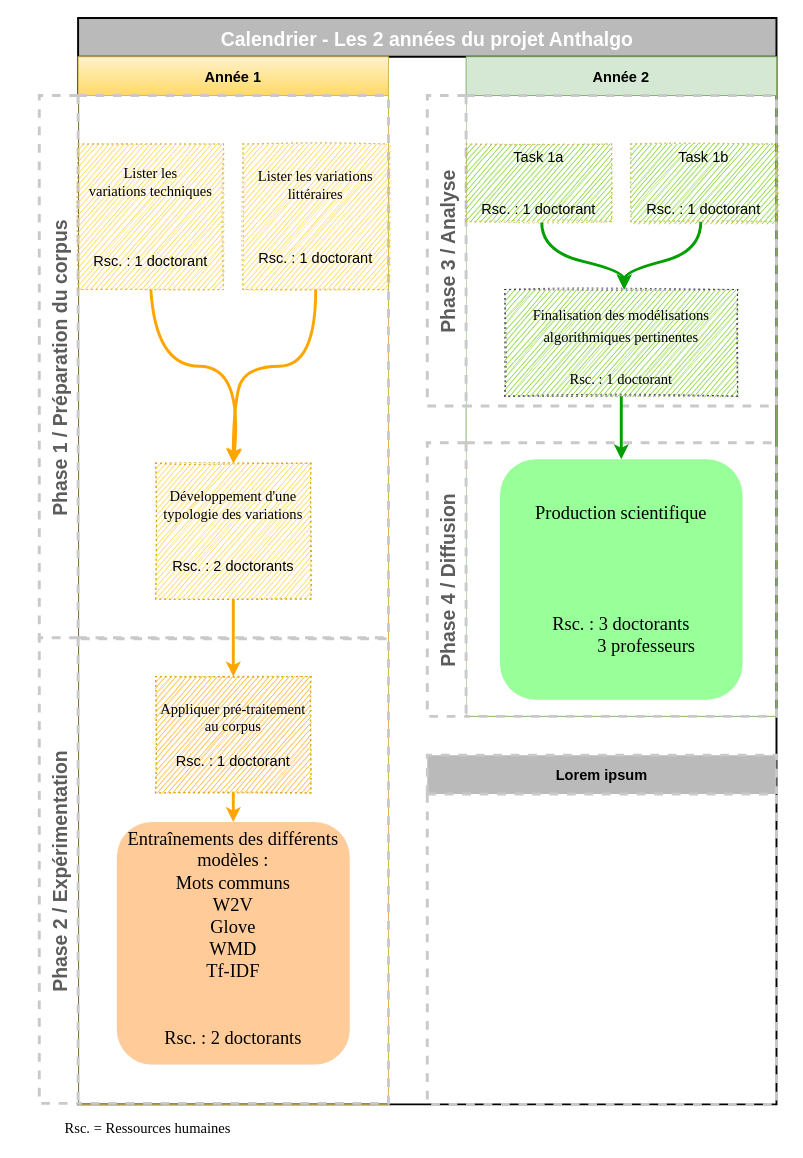
RochDLY/drawAAP keeps this draw.io diagram as Untitled Diagram.drawio. Above is the earlier version. Source tidied: cells renumbered, new cells numbered last; positions are measured from the earlier drawing's top-left corner, leaving out a move shared by most shapes. Both pictures are drawn from the tidied source at 97%, with x=0, y=0 at pixel (16, 17).
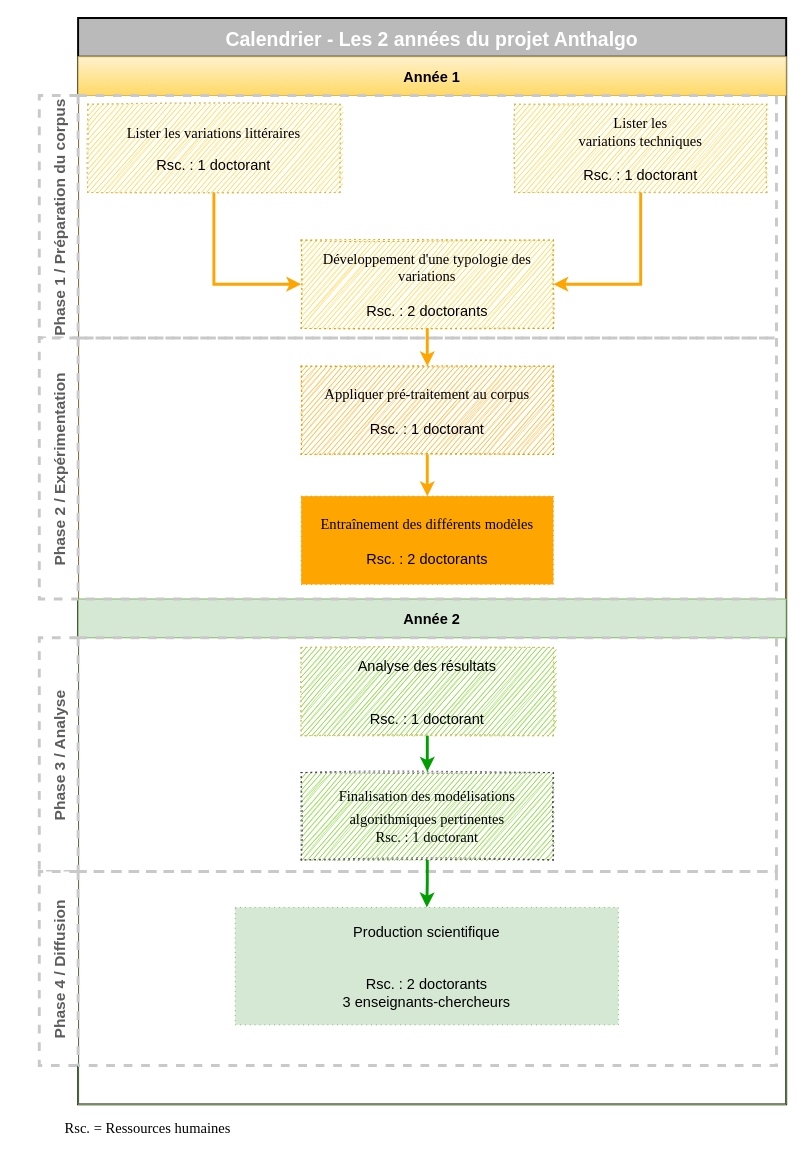
The same page after the edit.

What changed in the source:
```diff
@@
     <mxCell id="2" value="Calendrier - Les 2 années du projet Anthalgo" style="swimlane;startSize=40;fillColor=#BABABA;strokeColor=#030303;fontSize=20;gradientColor=none;strokeWidth=2;fontColor=#FFFFFF;" parent="1" vertex="1">
-      <mxGeometry x="63" width="720" height="1120" as="geometry" />
+      <mxGeometry x="63" width="730" height="1120" as="geometry" />
     </mxCell>
     <mxCell id="3" value="Année 1" style="swimlane;startSize=40;fillColor=#fff2cc;strokeColor=#d6b656;fontSize=15;gradientColor=#ffd966;" parent="2" vertex="1">
-      <mxGeometry y="40" width="320" height="1080" as="geometry" />
+      <mxGeometry y="40" width="730" height="560" as="geometry" />
     </mxCell>
-    <mxCell id="4" value="Phase 1 / Préparation du corpus" style="swimlane;horizontal=0;dashed=1;startSize=40;fontSize=20;strokeWidth=3;strokeColor=#C9C9C9;fontColor=#5C5C5C;" parent="3" vertex="1">
-      <mxGeometry x="-40" y="40" width="360" height="560" as="geometry" />
+    <mxCell id="4" value="Phase 1 / Préparation du corpus" style="swimlane;horizontal=0;dashed=1;startSize=40;fontSize=16;strokeWidth=3;strokeColor=#C9C9C9;fontColor=#5C5C5C;" parent="3" vertex="1">
+      <mxGeometry x="-40" y="40" width="760" height="250" as="geometry" />
     </mxCell>
+    <mxCell id="8" style="edgeStyle=orthogonalEdgeStyle;rounded=0;jettySize=auto;html=1;fontFamily=Garamond;fontSize=17;fontColor=#000000;endSize=6;strokeColor=#FFA500;strokeWidth=3;entryX=1;entryY=0.5;entryDx=0;entryDy=0;" parent="4" edge="1" source="5" target="6">
+      <mxGeometry relative="1" as="geometry" />
+    </mxCell>
-    <mxCell id="5" value="&lt;div align=&quot;center&quot;&gt;&lt;font face=&quot;Garamond&quot;&gt;Lister les&lt;br&gt;&lt;/font&gt;&lt;/div&gt;&lt;div align=&quot;center&quot;&gt;&lt;font face=&quot;Garamond&quot;&gt;variations techniques&lt;/font&gt;&lt;/div&gt;&lt;div&gt;&lt;br&gt;&lt;/div&gt;&lt;div&gt;&lt;br&gt;&lt;/div&gt;&lt;div&gt;&lt;br&gt;&lt;/div&gt;&lt;div&gt;Rsc. : 1 doctorant&lt;br&gt;&lt;/div&gt;" style="rounded=0;whiteSpace=wrap;html=1;dashed=1;fontSize=15;fillColor=#FFCD28;strokeColor=#d6b656;dashPattern=1 4;gradientColor=none;align=center;shadow=0;glass=0;sketch=1;" parent="4" vertex="1">
-      <mxGeometry x="40" y="50" width="150" height="150" as="geometry" />
+    <mxCell id="5" value="&lt;div align=&quot;center&quot;&gt;&lt;font face=&quot;Garamond&quot;&gt;Lister les&lt;br&gt;&lt;/font&gt;&lt;/div&gt;&lt;div align=&quot;center&quot;&gt;&lt;font face=&quot;Garamond&quot;&gt;variations techniques&lt;/font&gt;&lt;/div&gt;&lt;div&gt;&lt;br&gt;&lt;/div&gt;&lt;div&gt;Rsc. : 1 doctorant&lt;br&gt;&lt;/div&gt;" style="rounded=0;whiteSpace=wrap;html=1;dashed=1;fontSize=15;fillColor=#FFCD28;strokeColor=#d6b656;dashPattern=1 4;gradientColor=none;align=center;shadow=0;glass=0;sketch=1;" parent="4" vertex="1">
+      <mxGeometry x="490" y="9" width="260" height="91" as="geometry" />
     </mxCell>
+    <mxCell id="30" style="edgeStyle=orthogonalEdgeStyle;rounded=0;orthogonalLoop=1;jettySize=auto;html=1;fontFamily=Garamond;fontSize=17;fontColor=#000000;endSize=6;strokeColor=#FFA500;strokeWidth=3;startArrow=none;" parent="4" edge="1">
+      <mxGeometry relative="1" as="geometry">
+        <mxPoint x="380" y="139" as="sourcePoint" />
+        <mxPoint x="380" y="139" as="targetPoint" />
+      </mxGeometry>
+    </mxCell>
+    <mxCell id="9" style="edgeStyle=orthogonalEdgeStyle;rounded=0;jettySize=auto;html=1;fontFamily=Garamond;fontSize=17;fontColor=#000000;endSize=6;strokeColor=#FFA500;strokeWidth=3;entryX=0;entryY=0.5;entryDx=0;entryDy=0;" parent="4" edge="1" source="7" target="6">
+      <mxGeometry relative="1" as="geometry" />
+    </mxCell>
+    <mxCell id="7" value="&lt;div align=&quot;center&quot;&gt;&lt;p&gt;&lt;font face=&quot;Garamond&quot;&gt;Lister les variations littéraires&lt;/font&gt;&lt;/p&gt;&lt;p&gt;Rsc. : 1 doctorant&lt;/p&gt;&lt;/div&gt;" style="rounded=0;whiteSpace=wrap;html=1;dashed=1;fontSize=15;fillColor=#FFCD28;strokeColor=#d6b656;dashPattern=1 4;gradientColor=none;align=center;sketch=1;" parent="4" vertex="1">
+      <mxGeometry x="50" y="9" width="260" height="91" as="geometry" />
+    </mxCell>
-    <mxCell id="6" value="&lt;div&gt;&lt;font face=&quot;Garamond&quot;&gt;Développement d'une typologie des variations&lt;/font&gt;&lt;/div&gt;&lt;div&gt;&lt;br&gt;&lt;/div&gt;&lt;div&gt;&lt;br&gt;&lt;/div&gt;&lt;div&gt;Rsc. : 2 doctorants&lt;/div&gt;" style="rounded=0;whiteSpace=wrap;html=1;dashed=1;fontSize=15;dashPattern=1 4;fillColor=#FFCD28;strokeColor=#d79b00;gradientColor=none;sketch=1;" parent="4" vertex="1">
-      <mxGeometry x="120" y="379" width="160" height="140" as="geometry" />
+    <mxCell id="6" value="&lt;div&gt;&lt;font face=&quot;Garamond&quot;&gt;Développement d'une typologie des variations&lt;/font&gt;&lt;/div&gt;&lt;div&gt;&lt;br&gt;&lt;/div&gt;&lt;div&gt;Rsc. : 2 doctorants&lt;/div&gt;" style="rounded=0;whiteSpace=wrap;html=1;dashed=1;fontSize=15;dashPattern=1 4;fillColor=#FFCD28;strokeColor=#d79b00;gradientColor=none;sketch=1;" parent="4" vertex="1">
+      <mxGeometry x="270" y="149" width="260" height="91" as="geometry" />
     </mxCell>
-    <mxCell id="7" value="&lt;div align=&quot;center&quot;&gt;&lt;p&gt;&lt;font face=&quot;Garamond&quot;&gt;Lister les variations littéraires&lt;/font&gt;&lt;/p&gt;&lt;p&gt;&lt;font face=&quot;Garamond&quot;&gt;&lt;br&gt;&lt;/font&gt;&lt;/p&gt;&lt;p&gt;Rsc. : 1 doctorant&lt;/p&gt;&lt;/div&gt;" style="rounded=0;whiteSpace=wrap;html=1;dashed=1;fontSize=15;fillColor=#FFCD28;strokeColor=#d6b656;dashPattern=1 4;gradientColor=none;align=center;sketch=1;" parent="4" vertex="1">
-      <mxGeometry x="210" y="50" width="150" height="150" as="geometry" />
-    </mxCell>
-    <mxCell id="8" style="curved=1;endArrow=classic;html=1;rounded=0;fontSize=15;endSize=6;strokeColor=#FFA500;strokeWidth=3;exitX=0.5;exitY=1;exitDx=0;exitDy=0;entryX=0.5;entryY=0;entryDx=0;entryDy=0;" parent="4" edge="1" source="5" target="6">
-      <mxGeometry relative="1" as="geometry">
-        <Array as="points">
-          <mxPoint x="120" y="279" />
-          <mxPoint x="210" y="279" />
-        </Array>
-      </mxGeometry>
-    </mxCell>
-    <mxCell id="9" style="curved=1;endArrow=classic;html=1;rounded=0;fontSize=15;endSize=6;strokeColor=#FFA500;strokeWidth=3;exitX=0.5;exitY=1;exitDx=0;exitDy=0;entryX=0.5;entryY=0;entryDx=0;entryDy=0;" parent="4" edge="1" source="7" target="6">
-      <mxGeometry relative="1" as="geometry">
-        <Array as="points">
-          <mxPoint x="285" y="279" />
-          <mxPoint x="210" y="279" />
-          <mxPoint x="200" y="329" />
-        </Array>
-      </mxGeometry>
-    </mxCell>
-    <mxCell id="10" value="Année 2" style="swimlane;startSize=40;fillColor=#d5e8d4;strokeColor=#82b366;fontSize=15;" parent="2" vertex="1">
-      <mxGeometry x="400" y="40" width="320" height="680" as="geometry" />
+    <mxCell id="10" value="Année 2" style="swimlane;startSize=40;fillColor=#d5e8d4;strokeColor=#82b366;fontSize=15;" parent="3" vertex="1">
+      <mxGeometry y="559" width="730" height="521" as="geometry" />
     </mxCell>
-    <mxCell id="11" value="Phase 3 / Analyse" style="swimlane;horizontal=0;dashed=1;startSize=40;fontSize=20;strokeColor=#C9C9C9;strokeWidth=3;fontColor=#5C5C5C;" parent="2" vertex="1">
-      <mxGeometry x="360" y="80" width="360" height="320" as="geometry" />
+    <mxCell id="11" value="Phase 3 / Analyse" style="swimlane;horizontal=0;dashed=1;startSize=40;fontSize=16;strokeColor=#C9C9C9;strokeWidth=3;fontColor=#5C5C5C;" parent="3" vertex="1">
+      <mxGeometry x="-40" y="599" width="760" height="241" as="geometry" />
     </mxCell>
-    <mxCell id="12" value="&lt;div&gt;Task 1a&lt;/div&gt;&lt;div&gt;&lt;br&gt;&lt;/div&gt;&lt;div&gt;&lt;br&gt;&lt;/div&gt;Rsc. : 1 doctorant" style="rounded=0;whiteSpace=wrap;html=1;dashed=1;fontSize=15;fillColor=#66CC00;strokeColor=#d6b656;dashPattern=1 4;gradientColor=none;sketch=1;" parent="11" vertex="1">
-      <mxGeometry x="40" y="50" width="150" height="80" as="geometry" />
-    </mxCell>
     <mxCell id="13" style="rounded=0;whiteSpace=wrap;html=1;dashed=1;fontSize=15;dashPattern=1 4;fillColor=#66CC00;strokeColor=#432D57;fontColor=#ffffff;sketch=1;" parent="11" vertex="1">
-      <mxGeometry x="80" y="200" width="240" height="110" as="geometry" />
+      <mxGeometry x="270" y="139" width="260" height="90" as="geometry" />
     </mxCell>
+    <mxCell id="17" value="&lt;div&gt;&lt;font style=&quot;font-size: 15px&quot;&gt;Finalisation des modélisations algorithmiques pertinentes&lt;/font&gt;&lt;/div&gt;&lt;div style=&quot;font-size: 15px&quot;&gt;Rsc. : 1 doctorant&lt;/div&gt;" style="text;html=1;strokeColor=none;fillColor=none;align=center;verticalAlign=middle;whiteSpace=wrap;rounded=0;shadow=0;glass=0;dashed=1;sketch=1;fontFamily=Garamond;fontSize=19;fontColor=#000000;" parent="11" vertex="1">
+      <mxGeometry x="280" y="138" width="240" height="90" as="geometry" />
+    </mxCell>
-    <mxCell id="14" value="&lt;div&gt;Task 1b&lt;/div&gt;&lt;div&gt;&lt;br&gt;&lt;/div&gt;&lt;div&gt;&lt;br&gt;&lt;/div&gt;Rsc. : 1 doctorant" style="rounded=0;whiteSpace=wrap;html=1;dashed=1;fontSize=15;fillColor=#66CC00;strokeColor=#d6b656;dashPattern=1 4;gradientColor=none;sketch=1;" parent="11" vertex="1">
-      <mxGeometry x="210" y="50" width="150" height="80" as="geometry" />
+    <mxCell id="14" value="&lt;div&gt;Analyse des résultats&lt;br&gt;&lt;/div&gt;&lt;div&gt;&lt;br&gt;&lt;/div&gt;&lt;div&gt;&lt;br&gt;&lt;/div&gt;Rsc. : 1 doctorant" style="rounded=0;whiteSpace=wrap;html=1;dashed=1;fontSize=15;fillColor=#66CC00;strokeColor=#d6b656;dashPattern=1 4;gradientColor=none;sketch=1;" parent="11" vertex="1">
+      <mxGeometry x="270" y="10" width="260" height="91" as="geometry" />
     </mxCell>
-    <mxCell id="15" style="curved=1;endArrow=classic;html=1;rounded=0;fontSize=15;endSize=6;strokeColor=#009E00;strokeWidth=3;exitX=0.46;exitY=0.989;exitDx=0;exitDy=0;exitPerimeter=0;" parent="11" edge="1">
-      <mxGeometry relative="1" as="geometry">
-        <mxPoint x="282" y="130" as="sourcePoint" />
-        <mxPoint x="203" y="200" as="targetPoint" />
-        <Array as="points">
-          <mxPoint x="282" y="161" />
-          <mxPoint x="203" y="181" />
-        </Array>
-      </mxGeometry>
-    </mxCell>
-    <mxCell id="16" style="curved=1;endArrow=classic;html=1;rounded=0;fontSize=15;endSize=6;strokeColor=#009E00;strokeWidth=3;exitX=0.5;exitY=1;exitDx=0;exitDy=0;" parent="11" edge="1">
-      <mxGeometry relative="1" as="geometry">
-        <mxPoint x="118" y="131" as="sourcePoint" />
-        <mxPoint x="203" y="200" as="targetPoint" />
-        <Array as="points">
-          <mxPoint x="118" y="161" />
-          <mxPoint x="203" y="181" />
-        </Array>
-      </mxGeometry>
-    </mxCell>
-    <mxCell id="17" value="&lt;div&gt;&lt;font style=&quot;font-size: 15px&quot;&gt;Finalisation des modélisations algorithmiques pertinentes&lt;/font&gt;&lt;/div&gt;&lt;div&gt;&lt;font style=&quot;font-size: 15px&quot;&gt;&lt;br&gt;&lt;/font&gt;&lt;/div&gt;&lt;div style=&quot;font-size: 15px&quot;&gt;Rsc. : 1 doctorant&lt;/div&gt;" style="text;html=1;strokeColor=none;fillColor=none;align=center;verticalAlign=middle;whiteSpace=wrap;rounded=0;shadow=0;glass=0;dashed=1;sketch=1;fontFamily=Garamond;fontSize=19;fontColor=#000000;" parent="11" vertex="1">
-      <mxGeometry x="80" y="205" width="240" height="105" as="geometry" />
-    </mxCell>
+    <mxCell id="31" style="edgeStyle=orthogonalEdgeStyle;rounded=0;jettySize=auto;html=1;fontFamily=Garamond;fontSize=20;fontColor=#FFFFFF;endSize=6;strokeColor=#009E00;strokeWidth=3;exitX=0.5;exitY=1;exitDx=0;exitDy=0;entryX=0.5;entryY=0;entryDx=0;entryDy=0;" parent="11" edge="1" source="14" target="17">
+      <mxGeometry relative="1" as="geometry" />
+    </mxCell>
-    <mxCell id="18" value="Phase 4 / Diffusion" style="swimlane;horizontal=0;dashed=1;startSize=40;fontSize=20;strokeWidth=3;strokeColor=#C9C9C9;fontColor=#5C5C5C;" parent="2" vertex="1">
-      <mxGeometry x="360" y="438" width="360" height="282" as="geometry" />
+    <mxCell id="18" value="Phase 4 / Diffusion" style="swimlane;horizontal=0;dashed=1;startSize=40;fontSize=16;strokeWidth=3;strokeColor=#C9C9C9;fontColor=#5C5C5C;" parent="3" vertex="1">
+      <mxGeometry x="-40" y="840" width="760" height="200" as="geometry" />
     </mxCell>
-    <mxCell id="19" style="rounded=1;whiteSpace=wrap;html=1;dashed=1;fontFamily=Garamond;fontSize=20;fontColor=#FFFFFF;strokeColor=#C9C9C9;strokeWidth=0;fillColor=#99FF99;gradientColor=none;sketch=0;" parent="18" vertex="1">
-      <mxGeometry x="75" y="17" width="250" height="248" as="geometry" />
-    </mxCell>
-    <mxCell id="20" value="&lt;div&gt;Production scientifique&lt;/div&gt;&lt;div&gt;&lt;br&gt;&lt;/div&gt;&lt;div&gt;&lt;br&gt;&lt;/div&gt;&lt;div&gt;&lt;br&gt;&lt;/div&gt;&lt;div&gt;&lt;br&gt;&lt;/div&gt;&lt;div&gt;Rsc. : 3 doctorants&lt;/div&gt;&lt;div&gt;&amp;nbsp;&amp;nbsp;&amp;nbsp;&amp;nbsp;&amp;nbsp;&amp;nbsp;&amp;nbsp;&amp;nbsp;&amp;nbsp;&amp;nbsp; 3 professeurs&lt;br&gt;&lt;/div&gt;" style="text;html=1;strokeColor=none;fillColor=none;align=center;verticalAlign=middle;whiteSpace=wrap;rounded=0;shadow=0;glass=0;dashed=1;sketch=1;fontFamily=Garamond;fontSize=19;fontColor=#000000;" parent="18" vertex="1">
-      <mxGeometry x="80" y="21" width="240" height="239" as="geometry" />
-    </mxCell>
-    <mxCell id="21" value="Lorem ipsum" style="swimlane;dashed=1;fontSize=15;fillColor=#BABABA;gradientColor=none;startSize=40;strokeWidth=3;strokeColor=#C9C9C9;" parent="2" vertex="1">
-      <mxGeometry x="360" y="760" width="360" height="360" as="geometry" />
-    </mxCell>
+    <mxCell id="32" value="&lt;div&gt;Production scientifique&lt;/div&gt;&lt;div&gt;&lt;br&gt;&lt;/div&gt;&lt;div&gt;&lt;br&gt;&lt;/div&gt;&lt;div&gt;Rsc. : 2 doctorants&lt;/div&gt;&lt;div&gt;3 enseignants-chercheurs&lt;br&gt;&lt;/div&gt;" style="rounded=0;whiteSpace=wrap;html=1;dashed=1;fontSize=15;dashPattern=1 4;fillColor=#d5e8d4;strokeColor=#82b366;sketch=0;" parent="18" vertex="1">
+      <mxGeometry x="202" y="37" width="395" height="121" as="geometry" />
+    </mxCell>
-    <mxCell id="22" style="edgeStyle=orthogonalEdgeStyle;rounded=0;jettySize=auto;html=1;fontFamily=Garamond;fontSize=20;fontColor=#FFFFFF;endSize=6;strokeColor=#009E00;strokeWidth=3;" parent="2" edge="1" source="13" target="19">
+    <mxCell id="22" style="edgeStyle=orthogonalEdgeStyle;rounded=0;jettySize=auto;html=1;fontFamily=Garamond;fontSize=20;fontColor=#FFFFFF;endSize=6;strokeColor=#009E00;strokeWidth=3;entryX=0.5;entryY=0;entryDx=0;entryDy=0;" parent="3" edge="1" source="13" target="32">
       <mxGeometry relative="1" as="geometry" />
     </mxCell>
+    <mxCell id="29" value="Rsc. = Ressources humaines" style="text;html=1;strokeColor=none;fillColor=none;align=center;verticalAlign=middle;whiteSpace=wrap;rounded=0;shadow=0;glass=0;dashed=1;sketch=1;fontFamily=Garamond;fontSize=15;fontColor=#000000;" parent="1" vertex="1">
+      <mxGeometry y="1129" width="270" height="30" as="geometry" />
+    </mxCell>
-    <mxCell id="23" value="Phase 2 / Expérimentation" style="swimlane;horizontal=0;dashed=1;startSize=40;fontSize=20;strokeWidth=3;strokeColor=#C9C9C9;fontColor=#5C5C5C;" parent="1" vertex="1">
-      <mxGeometry x="23" y="639" width="360" height="480" as="geometry" />
+    <mxCell id="23" value="Phase 2 / Expérimentation" style="swimlane;horizontal=0;dashed=1;startSize=40;fontSize=16;strokeWidth=3;strokeColor=#C9C9C9;fontColor=#5C5C5C;" parent="1" vertex="1">
+      <mxGeometry x="23" y="330" width="760" height="269" as="geometry" />
     </mxCell>
-    <mxCell id="24" style="edgeStyle=orthogonalEdgeStyle;rounded=0;jettySize=auto;html=1;fontSize=15;endSize=6;strokeColor=#FFA500;strokeWidth=3;" parent="23" edge="1" source="25">
-      <mxGeometry relative="1" as="geometry">
-        <mxPoint x="200" y="190" as="targetPoint" />
-      </mxGeometry>
-    </mxCell>
+    <mxCell id="33" style="edgeStyle=orthogonalEdgeStyle;rounded=0;jettySize=auto;html=1;fontFamily=Garamond;fontSize=17;fontColor=#000000;endSize=6;strokeColor=#FFA500;strokeWidth=3;" parent="23" edge="1" source="25" target="34">
+      <mxGeometry relative="1" as="geometry" />
+    </mxCell>
     <mxCell id="25" value="&lt;div&gt;&lt;font face=&quot;Garamond&quot;&gt;Appliquer pré-traitement au corpus&lt;/font&gt;&lt;/div&gt;&lt;div&gt;&lt;br&gt;&lt;/div&gt;&lt;div&gt;Rsc. : 1 doctorant&lt;/div&gt;" style="rounded=0;whiteSpace=wrap;html=1;dashed=1;fontSize=15;dashPattern=1 4;fillColor=#FFA500;strokeColor=#d79b00;gradientColor=none;sketch=1;" parent="23" vertex="1">
-      <mxGeometry x="120" y="40" width="160" height="120" as="geometry" />
+      <mxGeometry x="270" y="29" width="260" height="91" as="geometry" />
     </mxCell>
-    <mxCell id="26" style="rounded=1;whiteSpace=wrap;html=1;dashed=1;fontFamily=Garamond;fontSize=20;fontColor=#FFFFFF;strokeColor=#C9C9C9;strokeWidth=0;fillColor=#FFCC99;gradientColor=none;sketch=0;align=center;" parent="23" vertex="1">
-      <mxGeometry x="80" y="190" width="240" height="250" as="geometry" />
-    </mxCell>
-    <mxCell id="27" value="&lt;div style=&quot;font-size: 19px&quot; align=&quot;center&quot;&gt;&lt;font style=&quot;font-size: 19px&quot;&gt;Entraînements des différents modèles :&lt;/font&gt;&lt;/div&gt;&lt;div style=&quot;font-size: 19px&quot; align=&quot;center&quot;&gt;&lt;font style=&quot;font-size: 19px&quot;&gt;Mots communs&lt;/font&gt;&lt;/div&gt;&lt;div style=&quot;font-size: 19px&quot; align=&quot;center&quot;&gt;&lt;font style=&quot;font-size: 19px&quot;&gt;W2V&lt;/font&gt;&lt;/div&gt;&lt;div style=&quot;font-size: 19px&quot; align=&quot;center&quot;&gt;&lt;font style=&quot;font-size: 19px&quot;&gt;Glove&lt;/font&gt;&lt;/div&gt;&lt;div style=&quot;font-size: 19px&quot; align=&quot;center&quot;&gt;&lt;font style=&quot;font-size: 19px&quot;&gt;WMD&lt;/font&gt;&lt;/div&gt;&lt;div style=&quot;font-size: 19px&quot; align=&quot;center&quot;&gt;&lt;font style=&quot;font-size: 19px&quot;&gt;Tf-IDF&lt;/font&gt;&lt;/div&gt;&lt;div&gt;&lt;br&gt;&lt;/div&gt;&lt;div&gt;&lt;br&gt;&lt;/div&gt;&lt;div&gt;Rsc. : 2 doctorants&lt;/div&gt;" style="text;html=1;strokeColor=none;fillColor=none;align=center;verticalAlign=middle;whiteSpace=wrap;rounded=0;shadow=0;glass=0;dashed=1;sketch=1;fontFamily=Garamond;fontSize=19;fontColor=#000000;" parent="23" vertex="1">
-      <mxGeometry x="90" y="190" width="220" height="240" as="geometry" />
-    </mxCell>
+    <mxCell id="34" value="&lt;div&gt;&lt;font face=&quot;Garamond&quot;&gt;Entraînement des différents modèles&lt;br&gt;&lt;/font&gt;&lt;/div&gt;&lt;div&gt;&lt;br&gt;&lt;/div&gt;&lt;div&gt;Rsc. : 2 doctorants&lt;/div&gt;" style="rounded=0;whiteSpace=wrap;html=1;dashed=1;fontSize=15;dashPattern=1 4;fillColor=#FFA500;strokeColor=#d79b00;gradientColor=none;sketch=0;" parent="23" vertex="1">
+      <mxGeometry x="270" y="163" width="260" height="91" as="geometry" />
+    </mxCell>
@@
-    <mxCell id="29" value="Rsc. = Ressources humaines" style="text;html=1;strokeColor=none;fillColor=none;align=center;verticalAlign=middle;whiteSpace=wrap;rounded=0;shadow=0;glass=0;dashed=1;sketch=1;fontFamily=Garamond;fontSize=15;fontColor=#000000;" parent="1" vertex="1">
-      <mxGeometry y="1129" width="270" height="30" as="geometry" />
-    </mxCell>
```
